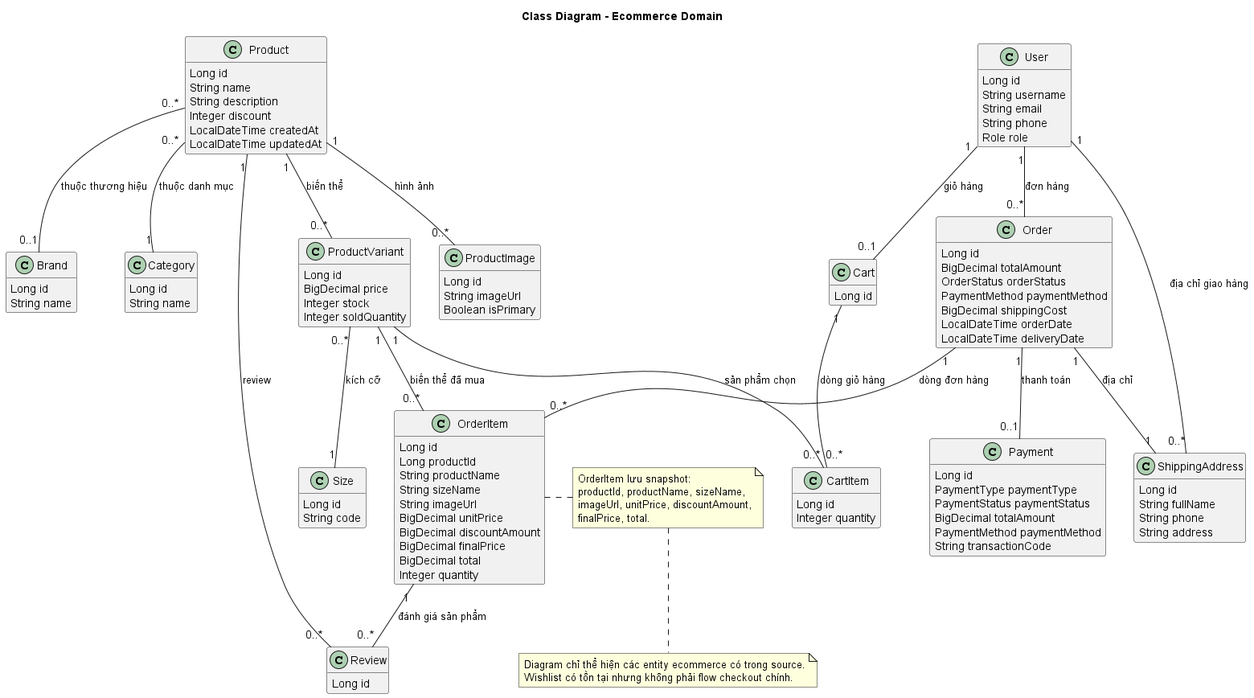
Earlier version of the PlantUML export docs/images/05-class-diagram-ecommerce-domain/05-class-diagram-ecommerce-domain.png (KyAnhhh/football-booking-system).
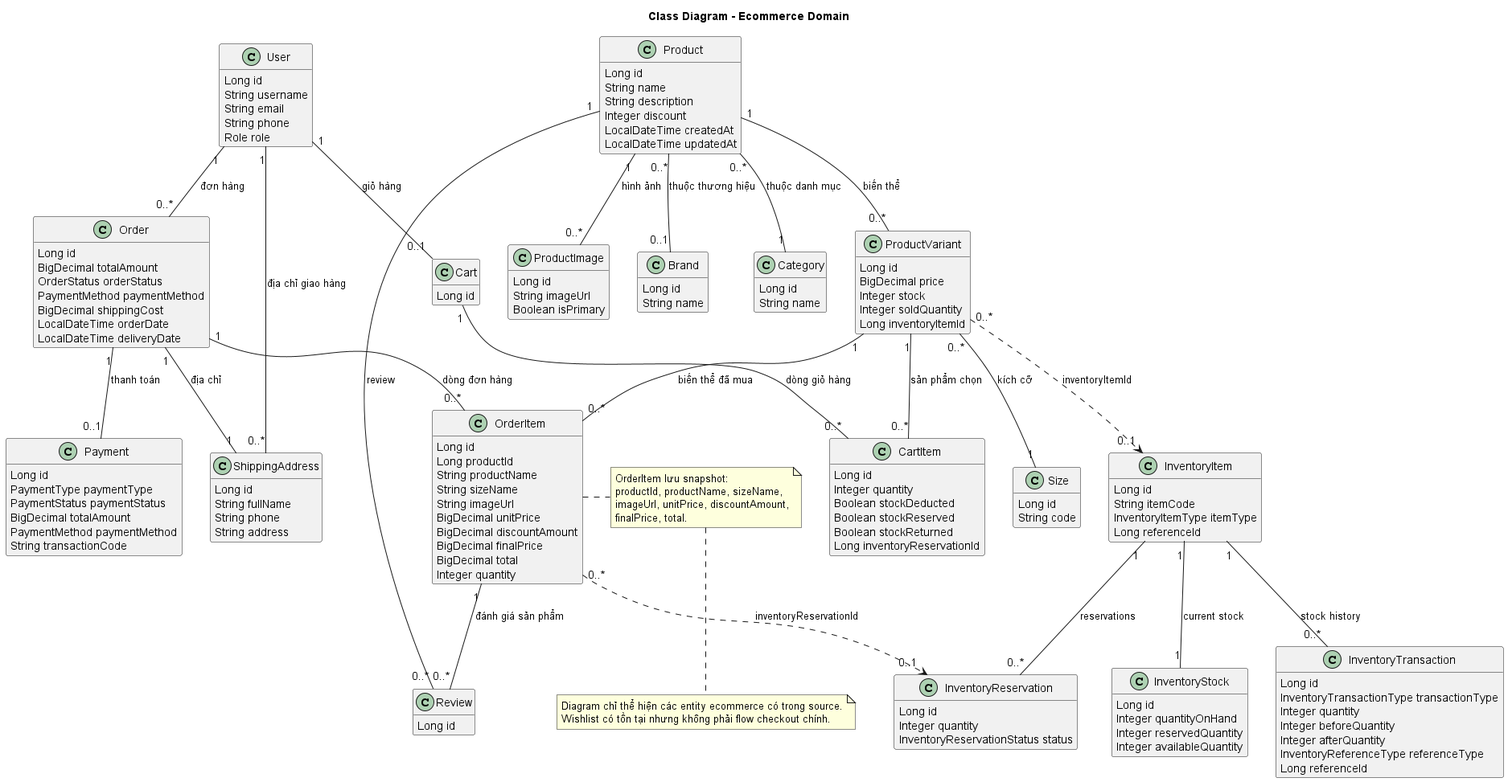
The same file after the commit.

The edit, as a diff of the source:
```diff
@@ -42,6 +42,7 @@
   BigDecimal price
   Integer stock
   Integer soldQuantity
+  Long inventoryItemId
 }
 
 class ProductImage {
@@ -57,6 +58,40 @@
 class CartItem {
   Long id
   Integer quantity
+  Boolean stockDeducted
+  Boolean stockReserved
+  Boolean stockReturned
+  Long inventoryReservationId
+}
+
+class InventoryItem {
+  Long id
+  String itemCode
+  InventoryItemType itemType
+  Long referenceId
+}
+
+class InventoryStock {
+  Long id
+  Integer quantityOnHand
+  Integer reservedQuantity
+  Integer availableQuantity
+}
+
+class InventoryTransaction {
+  Long id
+  InventoryTransactionType transactionType
+  Integer quantity
+  Integer beforeQuantity
+  Integer afterQuantity
+  InventoryReferenceType referenceType
+  Long referenceId
+}
+
+class InventoryReservation {
+  Long id
+  Integer quantity
+  InventoryReservationStatus status
 }
 
 class ShippingAddress {
@@ -120,6 +155,11 @@
 Order "1" -- "0..1" Payment : thanh toán
 OrderItem "1" -- "0..*" Review : đánh giá sản phẩm
 Product "1" -- "0..*" Review : review
+ProductVariant "0..*" ..> "0..1" InventoryItem : inventoryItemId
+InventoryItem "1" -- "1" InventoryStock : current stock
+InventoryItem "1" -- "0..*" InventoryTransaction : stock history
+InventoryItem "1" -- "0..*" InventoryReservation : reservations
+OrderItem "0..*" ..> "0..1" InventoryReservation : inventoryReservationId
 
 note right of OrderItem
   OrderItem lưu snapshot:
```
